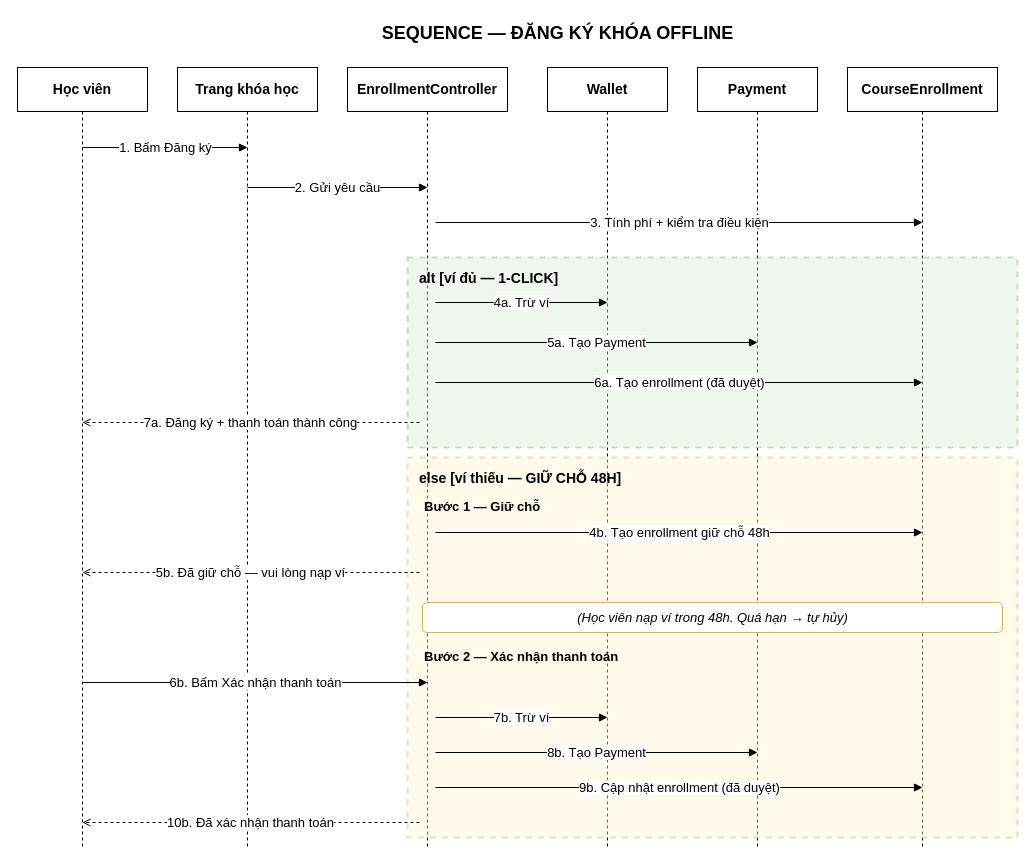
The draw.io diagram docs/uml/pages/07_sequence-enrollment-manual-approval.drawio in DangThanh2204/CongDangKy_KhaiTriEdu_Laravel-, before the edit. Source tidied: cells renumbered, new cells numbered last; positions are measured from the earlier drawing's top-left corner, leaving out a move shared by most shapes. Both pictures are drawn from the tidied source at 100%, with x=0, y=0 at pixel (17, 17).
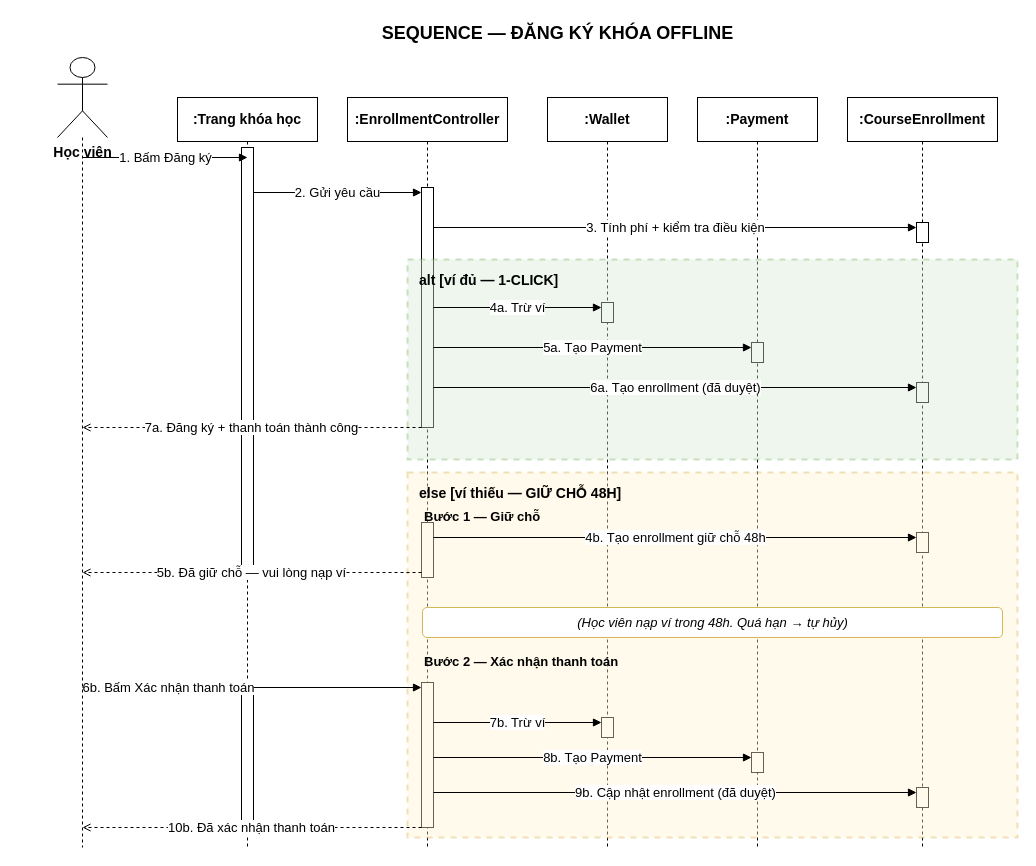
The same diagram, later.

Commit message:
docs(uml): sơ đồ 07 đúng chuẩn UML — actor + activation bar

The edit, as a diff of the source:
```diff
@@
-    <mxCell id="3" value="Học viên" style="rounded=0;whiteSpace=wrap;html=1;fontStyle=1;fontSize=14;" parent="1" vertex="1">
-      <mxGeometry y="50" width="130" height="44" as="geometry" />
+    <mxCell id="3" value="Học viên" style="shape=umlActor;verticalLabelPosition=bottom;verticalAlign=top;html=1;fontSize=14;fontStyle=1;" parent="1" vertex="1">
+      <mxGeometry x="40" y="40" width="50" height="80" as="geometry" />
     </mxCell>
-    <mxCell id="4" value="Trang khóa học" style="rounded=0;whiteSpace=wrap;html=1;fontStyle=1;fontSize=14;" parent="1" vertex="1">
-      <mxGeometry x="160" y="50" width="140" height="44" as="geometry" />
+    <mxCell id="4" value=":Trang khóa học" style="rounded=0;whiteSpace=wrap;html=1;fontStyle=1;fontSize=14;fillColor=#ffffff;strokeColor=#000000;" parent="1" vertex="1">
+      <mxGeometry x="160" y="80" width="140" height="44" as="geometry" />
     </mxCell>
-    <mxCell id="5" value="EnrollmentController" style="rounded=0;whiteSpace=wrap;html=1;fontStyle=1;fontSize=14;" parent="1" vertex="1">
-      <mxGeometry x="330" y="50" width="160" height="44" as="geometry" />
+    <mxCell id="5" value=":EnrollmentController" style="rounded=0;whiteSpace=wrap;html=1;fontStyle=1;fontSize=14;fillColor=#ffffff;strokeColor=#000000;" parent="1" vertex="1">
+      <mxGeometry x="330" y="80" width="160" height="44" as="geometry" />
     </mxCell>
-    <mxCell id="6" value="Wallet" style="rounded=0;whiteSpace=wrap;html=1;fontStyle=1;fontSize=14;" parent="1" vertex="1">
-      <mxGeometry x="530" y="50" width="120" height="44" as="geometry" />
+    <mxCell id="6" value=":Wallet" style="rounded=0;whiteSpace=wrap;html=1;fontStyle=1;fontSize=14;fillColor=#ffffff;strokeColor=#000000;" parent="1" vertex="1">
+      <mxGeometry x="530" y="80" width="120" height="44" as="geometry" />
     </mxCell>
-    <mxCell id="7" value="Payment" style="rounded=0;whiteSpace=wrap;html=1;fontStyle=1;fontSize=14;" parent="1" vertex="1">
-      <mxGeometry x="680" y="50" width="120" height="44" as="geometry" />
+    <mxCell id="7" value=":Payment" style="rounded=0;whiteSpace=wrap;html=1;fontStyle=1;fontSize=14;fillColor=#ffffff;strokeColor=#000000;" parent="1" vertex="1">
+      <mxGeometry x="680" y="80" width="120" height="44" as="geometry" />
     </mxCell>
-    <mxCell id="8" value="CourseEnrollment" style="rounded=0;whiteSpace=wrap;html=1;fontStyle=1;fontSize=14;" parent="1" vertex="1">
-      <mxGeometry x="830" y="50" width="150" height="44" as="geometry" />
+    <mxCell id="8" value=":CourseEnrollment" style="rounded=0;whiteSpace=wrap;html=1;fontStyle=1;fontSize=14;fillColor=#ffffff;strokeColor=#000000;" parent="1" vertex="1">
+      <mxGeometry x="830" y="80" width="150" height="44" as="geometry" />
     </mxCell>
-    <mxCell id="9" style="dashed=1;endArrow=none;html=1;" parent="1" edge="1">
+    <mxCell id="9" style="dashed=1;endArrow=none;html=1;strokeColor=#000000;" parent="1" edge="1">
       <mxGeometry relative="1" as="geometry">
-        <mxPoint x="65" y="94" as="sourcePoint" />
+        <mxPoint x="65" y="120" as="sourcePoint" />
         <mxPoint x="65" y="830" as="targetPoint" />
       </mxGeometry>
     </mxCell>
-    <mxCell id="10" style="dashed=1;endArrow=none;html=1;" parent="1" edge="1">
+    <mxCell id="10" style="dashed=1;endArrow=none;html=1;strokeColor=#000000;" parent="1" edge="1">
       <mxGeometry relative="1" as="geometry">
-        <mxPoint x="230" y="94" as="sourcePoint" />
+        <mxPoint x="230" y="124" as="sourcePoint" />
         <mxPoint x="230" y="830" as="targetPoint" />
       </mxGeometry>
     </mxCell>
-    <mxCell id="11" style="dashed=1;endArrow=none;html=1;" parent="1" edge="1">
+    <mxCell id="11" style="dashed=1;endArrow=none;html=1;strokeColor=#000000;" parent="1" edge="1">
       <mxGeometry relative="1" as="geometry">
-        <mxPoint x="410" y="94" as="sourcePoint" />
+        <mxPoint x="410" y="124" as="sourcePoint" />
         <mxPoint x="410" y="830" as="targetPoint" />
       </mxGeometry>
     </mxCell>
-    <mxCell id="12" style="dashed=1;endArrow=none;html=1;" parent="1" edge="1">
+    <mxCell id="12" style="dashed=1;endArrow=none;html=1;strokeColor=#000000;" parent="1" edge="1">
       <mxGeometry relative="1" as="geometry">
-        <mxPoint x="590" y="94" as="sourcePoint" />
+        <mxPoint x="590" y="124" as="sourcePoint" />
         <mxPoint x="590" y="830" as="targetPoint" />
       </mxGeometry>
     </mxCell>
-    <mxCell id="13" style="dashed=1;endArrow=none;html=1;" parent="1" edge="1">
+    <mxCell id="13" style="dashed=1;endArrow=none;html=1;strokeColor=#000000;" parent="1" edge="1">
       <mxGeometry relative="1" as="geometry">
-        <mxPoint x="740" y="94" as="sourcePoint" />
+        <mxPoint x="740" y="124" as="sourcePoint" />
         <mxPoint x="740" y="830" as="targetPoint" />
       </mxGeometry>
     </mxCell>
-    <mxCell id="14" style="dashed=1;endArrow=none;html=1;" parent="1" edge="1">
+    <mxCell id="14" style="dashed=1;endArrow=none;html=1;strokeColor=#000000;" parent="1" edge="1">
       <mxGeometry relative="1" as="geometry">
-        <mxPoint x="905" y="94" as="sourcePoint" />
+        <mxPoint x="905" y="124" as="sourcePoint" />
         <mxPoint x="905" y="830" as="targetPoint" />
       </mxGeometry>
     </mxCell>
+    <mxCell id="34" style="rounded=0;whiteSpace=wrap;html=1;fillColor=#ffffff;strokeColor=#000000;" parent="1" vertex="1">
+      <mxGeometry x="224" y="130" width="12" height="430" as="geometry" />
+    </mxCell>
+    <mxCell id="35" style="rounded=0;whiteSpace=wrap;html=1;fillColor=#ffffff;strokeColor=#000000;" parent="1" vertex="1">
+      <mxGeometry x="224" y="665" width="12" height="145" as="geometry" />
+    </mxCell>
+    <mxCell id="36" style="rounded=0;whiteSpace=wrap;html=1;fillColor=#ffffff;strokeColor=#000000;" parent="1" vertex="1">
+      <mxGeometry x="404" y="170" width="12" height="240" as="geometry" />
+    </mxCell>
+    <mxCell id="37" style="rounded=0;whiteSpace=wrap;html=1;fillColor=#ffffff;strokeColor=#000000;" parent="1" vertex="1">
+      <mxGeometry x="404" y="505" width="12" height="55" as="geometry" />
+    </mxCell>
+    <mxCell id="38" style="rounded=0;whiteSpace=wrap;html=1;fillColor=#ffffff;strokeColor=#000000;" parent="1" vertex="1">
+      <mxGeometry x="404" y="665" width="12" height="145" as="geometry" />
+    </mxCell>
+    <mxCell id="39" style="rounded=0;whiteSpace=wrap;html=1;fillColor=#ffffff;strokeColor=#000000;" parent="1" vertex="1">
+      <mxGeometry x="584" y="285" width="12" height="20" as="geometry" />
+    </mxCell>
+    <mxCell id="40" style="rounded=0;whiteSpace=wrap;html=1;fillColor=#ffffff;strokeColor=#000000;" parent="1" vertex="1">
+      <mxGeometry x="584" y="700" width="12" height="20" as="geometry" />
+    </mxCell>
+    <mxCell id="41" style="rounded=0;whiteSpace=wrap;html=1;fillColor=#ffffff;strokeColor=#000000;" parent="1" vertex="1">
+      <mxGeometry x="734" y="325" width="12" height="20" as="geometry" />
+    </mxCell>
+    <mxCell id="42" style="rounded=0;whiteSpace=wrap;html=1;fillColor=#ffffff;strokeColor=#000000;" parent="1" vertex="1">
+      <mxGeometry x="734" y="735" width="12" height="20" as="geometry" />
+    </mxCell>
+    <mxCell id="43" style="rounded=0;whiteSpace=wrap;html=1;fillColor=#ffffff;strokeColor=#000000;" parent="1" vertex="1">
+      <mxGeometry x="899" y="205" width="12" height="20" as="geometry" />
+    </mxCell>
+    <mxCell id="44" style="rounded=0;whiteSpace=wrap;html=1;fillColor=#ffffff;strokeColor=#000000;" parent="1" vertex="1">
+      <mxGeometry x="899" y="365" width="12" height="20" as="geometry" />
+    </mxCell>
+    <mxCell id="45" style="rounded=0;whiteSpace=wrap;html=1;fillColor=#ffffff;strokeColor=#000000;" parent="1" vertex="1">
+      <mxGeometry x="899" y="515" width="12" height="20" as="geometry" />
+    </mxCell>
+    <mxCell id="46" style="rounded=0;whiteSpace=wrap;html=1;fillColor=#ffffff;strokeColor=#000000;" parent="1" vertex="1">
+      <mxGeometry x="899" y="770" width="12" height="20" as="geometry" />
+    </mxCell>
     <mxCell id="15" value="1. Bấm Đăng ký" style="edgeStyle=none;rounded=0;html=1;endArrow=block;fontSize=13;" parent="1" edge="1">
       <mxGeometry relative="1" as="geometry">
-        <mxPoint x="65" y="130" as="sourcePoint" />
-        <mxPoint x="230" y="130" as="targetPoint" />
+        <mxPoint x="65" y="140" as="sourcePoint" />
+        <mxPoint x="230" y="140" as="targetPoint" />
       </mxGeometry>
     </mxCell>
     <mxCell id="16" value="2. Gửi yêu cầu" style="edgeStyle=none;rounded=0;html=1;endArrow=block;fontSize=13;" parent="1" edge="1">
       <mxGeometry relative="1" as="geometry">
-        <mxPoint x="230" y="170" as="sourcePoint" />
-        <mxPoint x="410" y="170" as="targetPoint" />
+        <mxPoint x="236" y="175" as="sourcePoint" />
+        <mxPoint x="404" y="175" as="targetPoint" />
       </mxGeometry>
     </mxCell>
     <mxCell id="17" value="3. Tính phí + kiểm tra điều kiện" style="edgeStyle=none;rounded=0;html=1;endArrow=block;fontSize=13;" parent="1" edge="1">
       <mxGeometry relative="1" as="geometry">
-        <mxPoint x="418" y="205" as="sourcePoint" />
-        <mxPoint x="905" y="205" as="targetPoint" />
+        <mxPoint x="416" y="210" as="sourcePoint" />
+        <mxPoint x="899" y="210" as="targetPoint" />
       </mxGeometry>
     </mxCell>
     <mxCell id="18" value="alt [ví đủ — 1-CLICK]" style="rounded=0;dashed=1;whiteSpace=wrap;html=1;fontStyle=1;fontSize=14;align=left;verticalAlign=top;spacingTop=6;spacingLeft=10;fillColor=#d5e8d4;strokeColor=#82b366;opacity=40;strokeWidth=2;" parent="1" vertex="1">
-      <mxGeometry x="390" y="240" width="610" height="190" as="geometry" />
+      <mxGeometry x="390" y="242" width="610" height="200" as="geometry" />
     </mxCell>
     <mxCell id="19" value="4a. Trừ ví" style="edgeStyle=none;rounded=0;html=1;endArrow=block;fontSize=13;" parent="1" edge="1">
       <mxGeometry relative="1" as="geometry">
-        <mxPoint x="418" y="285" as="sourcePoint" />
-        <mxPoint x="590" y="285" as="targetPoint" />
+        <mxPoint x="416" y="290" as="sourcePoint" />
+        <mxPoint x="584" y="290" as="targetPoint" />
       </mxGeometry>
     </mxCell>
     <mxCell id="20" value="5a. Tạo Payment" style="edgeStyle=none;rounded=0;html=1;endArrow=block;fontSize=13;" parent="1" edge="1">
       <mxGeometry relative="1" as="geometry">
-        <mxPoint x="418" y="325" as="sourcePoint" />
-        <mxPoint x="740" y="325" as="targetPoint" />
+        <mxPoint x="416" y="330" as="sourcePoint" />
+        <mxPoint x="734" y="330" as="targetPoint" />
       </mxGeometry>
     </mxCell>
     <mxCell id="21" value="6a. Tạo enrollment (đã duyệt)" style="edgeStyle=none;rounded=0;html=1;endArrow=block;fontSize=13;" parent="1" edge="1">
       <mxGeometry relative="1" as="geometry">
-        <mxPoint x="418" y="365" as="sourcePoint" />
-        <mxPoint x="905" y="365" as="targetPoint" />
+        <mxPoint x="416" y="370" as="sourcePoint" />
+        <mxPoint x="899" y="370" as="targetPoint" />
       </mxGeometry>
     </mxCell>
     <mxCell id="22" value="7a. Đăng ký + thanh toán thành công" style="edgeStyle=none;rounded=0;dashed=1;endArrow=open;endFill=0;html=1;fontSize=13;" parent="1" edge="1">
       <mxGeometry relative="1" as="geometry">
-        <mxPoint x="402" y="405" as="sourcePoint" />
-        <mxPoint x="65" y="405" as="targetPoint" />
+        <mxPoint x="404" y="410" as="sourcePoint" />
+        <mxPoint x="65" y="410" as="targetPoint" />
       </mxGeometry>
     </mxCell>
     <mxCell id="23" value="else [ví thiếu — GIỮ CHỖ 48H]" style="rounded=0;dashed=1;whiteSpace=wrap;html=1;fontStyle=1;fontSize=14;align=left;verticalAlign=top;spacingTop=6;spacingLeft=10;fillColor=#fff2cc;strokeColor=#d6b656;opacity=40;strokeWidth=2;" parent="1" vertex="1">
-      <mxGeometry x="390" y="440" width="610" height="380" as="geometry" />
+      <mxGeometry x="390" y="455" width="610" height="365" as="geometry" />
     </mxCell>
     <mxCell id="24" value="Bước 1 — Giữ chỗ" style="text;html=1;strokeColor=none;fillColor=none;align=left;fontStyle=1;fontSize=13;" parent="1" vertex="1">
-      <mxGeometry x="405" y="475" width="200" height="22" as="geometry" />
+      <mxGeometry x="405" y="485" width="200" height="22" as="geometry" />
     </mxCell>
     <mxCell id="25" value="4b. Tạo enrollment giữ chỗ 48h" style="edgeStyle=none;rounded=0;html=1;endArrow=block;fontSize=13;" parent="1" edge="1">
       <mxGeometry relative="1" as="geometry">
-        <mxPoint x="418" y="515" as="sourcePoint" />
-        <mxPoint x="905" y="515" as="targetPoint" />
+        <mxPoint x="416" y="520" as="sourcePoint" />
+        <mxPoint x="899" y="520" as="targetPoint" />
       </mxGeometry>
     </mxCell>
     <mxCell id="26" value="5b. Đã giữ chỗ — vui lòng nạp ví" style="edgeStyle=none;rounded=0;dashed=1;endArrow=open;endFill=0;html=1;fontSize=13;" parent="1" edge="1">
       <mxGeometry relative="1" as="geometry">
-        <mxPoint x="402" y="555" as="sourcePoint" />
+        <mxPoint x="404" y="555" as="sourcePoint" />
         <mxPoint x="65" y="555" as="targetPoint" />
       </mxGeometry>
     </mxCell>
     <mxCell id="27" value="(Học viên nạp ví trong 48h. Quá hạn → tự hủy)" style="text;html=1;strokeColor=#d6b656;fillColor=#ffffff;align=center;verticalAlign=middle;fontStyle=2;fontSize=13;rounded=1;" parent="1" vertex="1">
-      <mxGeometry x="405" y="585" width="580" height="30" as="geometry" />
+      <mxGeometry x="405" y="590" width="580" height="30" as="geometry" />
     </mxCell>
     <mxCell id="28" value="Bước 2 — Xác nhận thanh toán" style="text;html=1;strokeColor=none;fillColor=none;align=left;fontStyle=1;fontSize=13;" parent="1" vertex="1">
-      <mxGeometry x="405" y="625" width="280" height="22" as="geometry" />
+      <mxGeometry x="405" y="630" width="280" height="22" as="geometry" />
     </mxCell>
     <mxCell id="29" value="6b. Bấm Xác nhận thanh toán" style="edgeStyle=none;rounded=0;html=1;endArrow=block;fontSize=13;" parent="1" edge="1">
       <mxGeometry relative="1" as="geometry">
-        <mxPoint x="65" y="665" as="sourcePoint" />
-        <mxPoint x="410" y="665" as="targetPoint" />
+        <mxPoint x="65" y="670" as="sourcePoint" />
+        <mxPoint x="236" y="670" as="targetPoint" />
       </mxGeometry>
     </mxCell>
+    <mxCell id="47" style="edgeStyle=none;rounded=0;html=1;endArrow=block;fontSize=13;" parent="1" edge="1">
+      <mxGeometry relative="1" as="geometry">
+        <mxPoint x="236" y="670" as="sourcePoint" />
+        <mxPoint x="404" y="670" as="targetPoint" />
+      </mxGeometry>
+    </mxCell>
     <mxCell id="30" value="7b. Trừ ví" style="edgeStyle=none;rounded=0;html=1;endArrow=block;fontSize=13;" parent="1" edge="1">
       <mxGeometry relative="1" as="geometry">
-        <mxPoint x="418" y="700" as="sourcePoint" />
-        <mxPoint x="590" y="700" as="targetPoint" />
+        <mxPoint x="416" y="705" as="sourcePoint" />
+        <mxPoint x="584" y="705" as="targetPoint" />
       </mxGeometry>
     </mxCell>
     <mxCell id="31" value="8b. Tạo Payment" style="edgeStyle=none;rounded=0;html=1;endArrow=block;fontSize=13;" parent="1" edge="1">
       <mxGeometry relative="1" as="geometry">
-        <mxPoint x="418" y="735" as="sourcePoint" />
-        <mxPoint x="740" y="735" as="targetPoint" />
+        <mxPoint x="416" y="740" as="sourcePoint" />
+        <mxPoint x="734" y="740" as="targetPoint" />
       </mxGeometry>
     </mxCell>
     <mxCell id="32" value="9b. Cập nhật enrollment (đã duyệt)" style="edgeStyle=none;rounded=0;html=1;endArrow=block;fontSize=13;" parent="1" edge="1">
       <mxGeometry relative="1" as="geometry">
-        <mxPoint x="418" y="770" as="sourcePoint" />
-        <mxPoint x="905" y="770" as="targetPoint" />
+        <mxPoint x="416" y="775" as="sourcePoint" />
+        <mxPoint x="899" y="775" as="targetPoint" />
       </mxGeometry>
     </mxCell>
     <mxCell id="33" value="10b. Đã xác nhận thanh toán" style="edgeStyle=none;rounded=0;dashed=1;endArrow=open;endFill=0;html=1;fontSize=13;" parent="1" edge="1">
       <mxGeometry relative="1" as="geometry">
-        <mxPoint x="402" y="805" as="sourcePoint" />
-        <mxPoint x="65" y="805" as="targetPoint" />
+        <mxPoint x="404" y="810" as="sourcePoint" />
+        <mxPoint x="65" y="810" as="targetPoint" />
       </mxGeometry>
     </mxCell>
```
